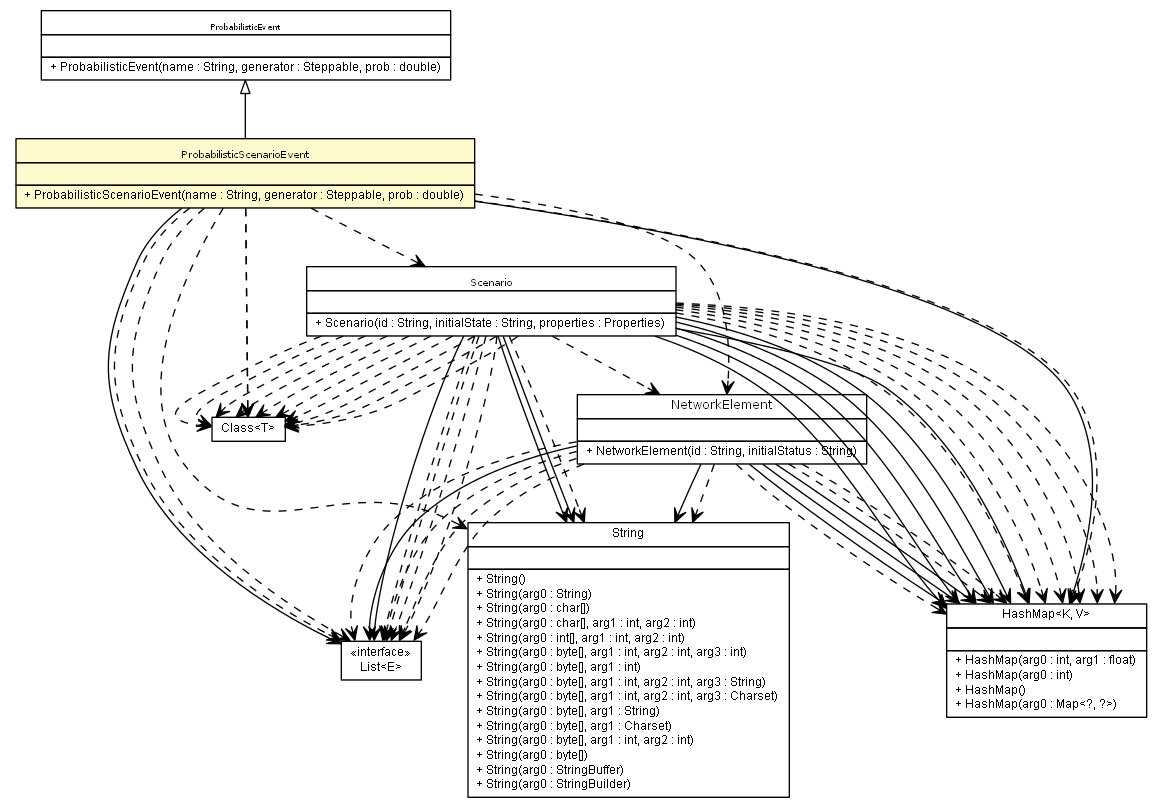
Before: apidocs/es/upm/dit/gsi/shanks/model/event/scenario/ProbabilisticScenarioEvent.png, a diagram exported from Graphviz (gsi-upm/Shanks). Its source is kept beside it as apidocs/es/upm/dit/gsi/shanks/model/event/scenario/ProbabilisticScenarioEvent.dot.
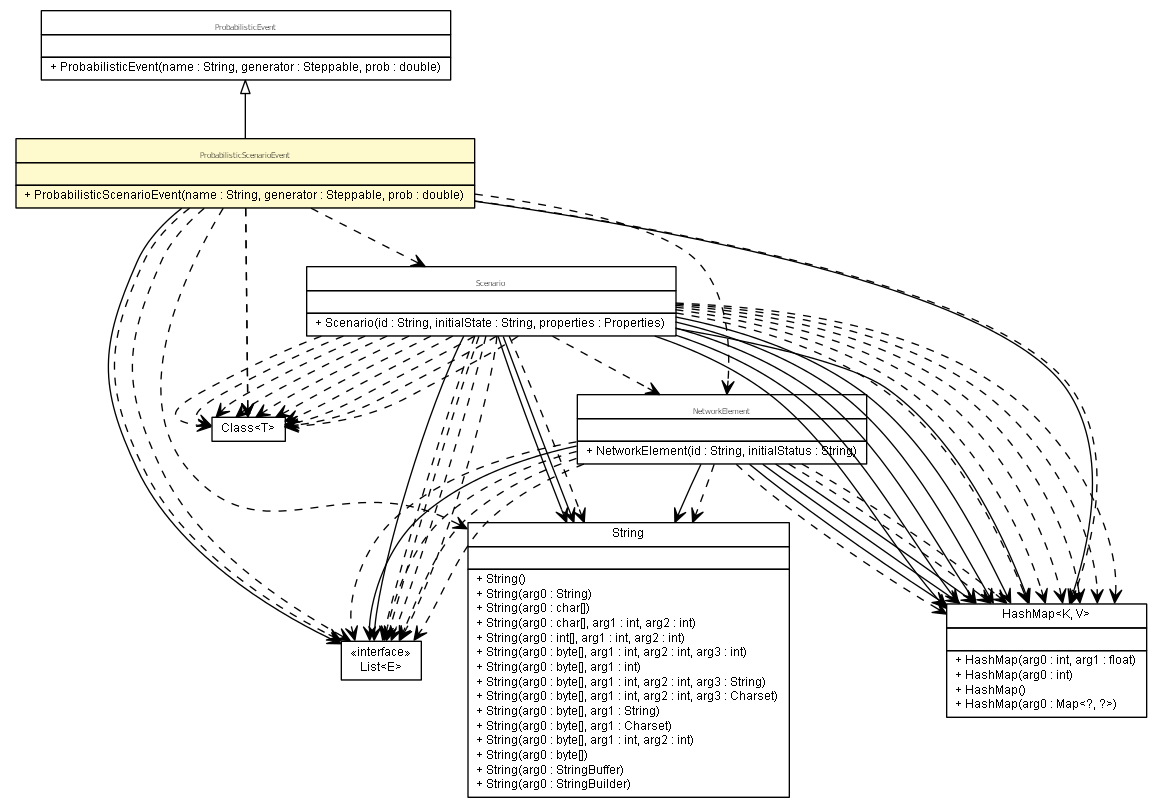
After the commit.

The edit, as a diff of the source:
```diff
@@ -67,41 +67,41 @@
 	c6208:p -> c6235:p [taillabel="", label="", headlabel="", fontname="arial", fontcolor="black", fontsize=10.0, color="black", arrowhead=open];
 	c6191:p -> c6236:p [taillabel="", label="", headlabel="", fontname="arial", fontcolor="black", fontsize=10.0, color="black", arrowhead=open, style=dashed];
 	c6191:p -> c6235:p [taillabel="", label="", headlabel="", fontname="arial", fontcolor="black", fontsize=10.0, color="black", arrowhead=open, style=dashed];
+	c6191:p -> c6234:p [taillabel="", label="", headlabel="", fontname="arial", fontcolor="black", fontsize=10.0, color="black", arrowhead=open, style=dashed];
 	c6191:p -> c6235:p [taillabel="", label="", headlabel="", fontname="arial", fontcolor="black", fontsize=10.0, color="black", arrowhead=open, style=dashed];
-	c6191:p -> c6236:p [taillabel="", label="", headlabel="", fontname="arial", fontcolor="black", fontsize=10.0, color="black", arrowhead=open, style=dashed];
-	c6191:p -> c6234:p [taillabel="", label="", headlabel="", fontname="arial", fontcolor="black", fontsize=10.0, color="black", arrowhead=open, style=dashed];
 	c6191:p -> c6235:p [taillabel="", label="", headlabel="", fontname="arial", fontcolor="black", fontsize=10.0, color="black", arrowhead=open, style=dashed];
 	c6191:p -> c6236:p [taillabel="", label="", headlabel="", fontname="arial", fontcolor="black", fontsize=10.0, color="black", arrowhead=open, style=dashed];
 	c6191:p -> c6236:p [taillabel="", label="", headlabel="", fontname="arial", fontcolor="black", fontsize=10.0, color="black", arrowhead=open, style=dashed];
+	c6191:p -> c6236:p [taillabel="", label="", headlabel="", fontname="arial", fontcolor="black", fontsize=10.0, color="black", arrowhead=open, style=dashed];
+	c6206:p -> c6236:p [taillabel="", label="", headlabel="", fontname="arial", fontcolor="black", fontsize=10.0, color="black", arrowhead=open, style=dashed];
+	c6206:p -> c6235:p [taillabel="", label="", headlabel="", fontname="arial", fontcolor="black", fontsize=10.0, color="black", arrowhead=open, style=dashed];
+	c6206:p -> c6234:p [taillabel="", label="", headlabel="", fontname="arial", fontcolor="black", fontsize=10.0, color="black", arrowhead=open, style=dashed];
+	c6206:p -> c6191:p [taillabel="", label="", headlabel="", fontname="arial", fontcolor="black", fontsize=10.0, color="black", arrowhead=open, style=dashed];
 	c6206:p -> c6237:p [taillabel="", label="", headlabel="", fontname="arial", fontcolor="black", fontsize=10.0, color="black", arrowhead=open, style=dashed];
-	c6206:p -> c6191:p [taillabel="", label="", headlabel="", fontname="arial", fontcolor="black", fontsize=10.0, color="black", arrowhead=open, style=dashed];
-	c6206:p -> c6236:p [taillabel="", label="", headlabel="", fontname="arial", fontcolor="black", fontsize=10.0, color="black", arrowhead=open, style=dashed];
-	c6206:p -> c6234:p [taillabel="", label="", headlabel="", fontname="arial", fontcolor="black", fontsize=10.0, color="black", arrowhead=open, style=dashed];
-	c6206:p -> c6208:p [taillabel="", label="", headlabel="", fontname="arial", fontcolor="black", fontsize=10.0, color="black", arrowhead=open, style=dashed];
 	c6206:p -> c6237:p [taillabel="", label="", headlabel="", fontname="arial", fontcolor="black", fontsize=10.0, color="black", arrowhead=open, style=dashed];
 	c6206:p -> c6236:p [taillabel="", label="", headlabel="", fontname="arial", fontcolor="black", fontsize=10.0, color="black", arrowhead=open, style=dashed];
-	c6206:p -> c6235:p [taillabel="", label="", headlabel="", fontname="arial", fontcolor="black", fontsize=10.0, color="black", arrowhead=open, style=dashed];
+	c6206:p -> c6208:p [taillabel="", label="", headlabel="", fontname="arial", fontcolor="black", fontsize=10.0, color="black", arrowhead=open, style=dashed];
+	c6208:p -> c6236:p [taillabel="", label="", headlabel="", fontname="arial", fontcolor="black", fontsize=10.0, color="black", arrowhead=open, style=dashed];
 	c6208:p -> c6237:p [taillabel="", label="", headlabel="", fontname="arial", fontcolor="black", fontsize=10.0, color="black", arrowhead=open, style=dashed];
-	c6208:p -> c6236:p [taillabel="", label="", headlabel="", fontname="arial", fontcolor="black", fontsize=10.0, color="black", arrowhead=open, style=dashed];
+	c6208:p -> c6235:p [taillabel="", label="", headlabel="", fontname="arial", fontcolor="black", fontsize=10.0, color="black", arrowhead=open, style=dashed];
+	c6208:p -> c6234:p [taillabel="", label="", headlabel="", fontname="arial", fontcolor="black", fontsize=10.0, color="black", arrowhead=open, style=dashed];
 	c6208:p -> c6237:p [taillabel="", label="", headlabel="", fontname="arial", fontcolor="black", fontsize=10.0, color="black", arrowhead=open, style=dashed];
 	c6208:p -> c6237:p [taillabel="", label="", headlabel="", fontname="arial", fontcolor="black", fontsize=10.0, color="black", arrowhead=open, style=dashed];
 	c6208:p -> c6235:p [taillabel="", label="", headlabel="", fontname="arial", fontcolor="black", fontsize=10.0, color="black", arrowhead=open, style=dashed];
-	c6208:p -> c6191:p [taillabel="", label="", headlabel="", fontname="arial", fontcolor="black", fontsize=10.0, color="black", arrowhead=open, style=dashed];
-	c6208:p -> c6235:p [taillabel="", label="", headlabel="", fontname="arial", fontcolor="black", fontsize=10.0, color="black", arrowhead=open, style=dashed];
-	c6208:p -> c6236:p [taillabel="", label="", headlabel="", fontname="arial", fontcolor="black", fontsize=10.0, color="black", arrowhead=open, style=dashed];
-	c6208:p -> c6235:p [taillabel="", label="", headlabel="", fontname="arial", fontcolor="black", fontsize=10.0, color="black", arrowhead=open, style=dashed];
-	c6208:p -> c6234:p [taillabel="", label="", headlabel="", fontname="arial", fontcolor="black", fontsize=10.0, color="black", arrowhead=open, style=dashed];
+	c6208:p -> c6237:p [taillabel="", label="", headlabel="", fontname="arial", fontcolor="black", fontsize=10.0, color="black", arrowhead=open, style=dashed];
 	c6208:p -> c6237:p [taillabel="", label="", headlabel="", fontname="arial", fontcolor="black", fontsize=10.0, color="black", arrowhead=open, style=dashed];
 	c6208:p -> c6235:p [taillabel="", label="", headlabel="", fontname="arial", fontcolor="black", fontsize=10.0, color="black", arrowhead=open, style=dashed];
 	c6208:p -> c6237:p [taillabel="", label="", headlabel="", fontname="arial", fontcolor="black", fontsize=10.0, color="black", arrowhead=open, style=dashed];
+	c6208:p -> c6237:p [taillabel="", label="", headlabel="", fontname="arial", fontcolor="black", fontsize=10.0, color="black", arrowhead=open, style=dashed];
 	c6208:p -> c6235:p [taillabel="", label="", headlabel="", fontname="arial", fontcolor="black", fontsize=10.0, color="black", arrowhead=open, style=dashed];
+	c6208:p -> c6236:p [taillabel="", label="", headlabel="", fontname="arial", fontcolor="black", fontsize=10.0, color="black", arrowhead=open, style=dashed];
+	c6208:p -> c6237:p [taillabel="", label="", headlabel="", fontname="arial", fontcolor="black", fontsize=10.0, color="black", arrowhead=open, style=dashed];
 	c6208:p -> c6235:p [taillabel="", label="", headlabel="", fontname="arial", fontcolor="black", fontsize=10.0, color="black", arrowhead=open, style=dashed];
 	c6208:p -> c6237:p [taillabel="", label="", headlabel="", fontname="arial", fontcolor="black", fontsize=10.0, color="black", arrowhead=open, style=dashed];
+	c6208:p -> c6236:p [taillabel="", label="", headlabel="", fontname="arial", fontcolor="black", fontsize=10.0, color="black", arrowhead=open, style=dashed];
+	c6208:p -> c6191:p [taillabel="", label="", headlabel="", fontname="arial", fontcolor="black", fontsize=10.0, color="black", arrowhead=open, style=dashed];
 	c6208:p -> c6237:p [taillabel="", label="", headlabel="", fontname="arial", fontcolor="black", fontsize=10.0, color="black", arrowhead=open, style=dashed];
-	c6208:p -> c6237:p [taillabel="", label="", headlabel="", fontname="arial", fontcolor="black", fontsize=10.0, color="black", arrowhead=open, style=dashed];
-	c6208:p -> c6237:p [taillabel="", label="", headlabel="", fontname="arial", fontcolor="black", fontsize=10.0, color="black", arrowhead=open, style=dashed];
-	c6208:p -> c6236:p [taillabel="", label="", headlabel="", fontname="arial", fontcolor="black", fontsize=10.0, color="black", arrowhead=open, style=dashed];
-	c6208:p -> c6237:p [taillabel="", label="", headlabel="", fontname="arial", fontcolor="black", fontsize=10.0, color="black", arrowhead=open, style=dashed];
+	c6208:p -> c6235:p [taillabel="", label="", headlabel="", fontname="arial", fontcolor="black", fontsize=10.0, color="black", arrowhead=open, style=dashed];
 	c6208:p -> c6236:p [taillabel="", label="", headlabel="", fontname="arial", fontcolor="black", fontsize=10.0, color="black", arrowhead=open, style=dashed];
 	c6237 [label=<<table title="java.lang.Class" border="0" cellborder="1" cellspacing="0" cellpadding="2" port="p" href="http://java.sun.com/j2se/1.4.2/docs/api/java/lang/Class.html">
 		<tr><td><table border="0" cellspacing="0" cellpadding="1">
```
